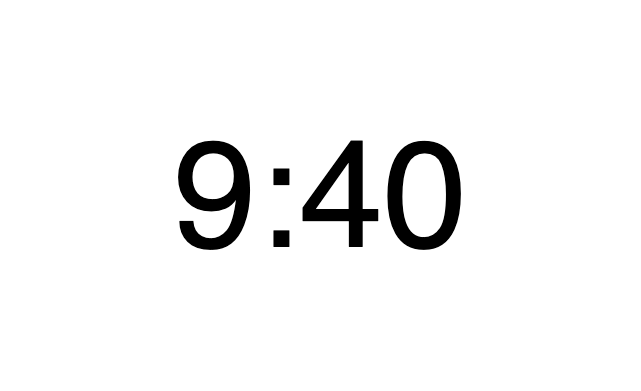
Before: vi_moedes_igen.drawio.png, a diagram exported from draw.io (PeterUlf/screensaver). Source tidied: cells renumbered, new cells last; positions are measured from the earlier drawing's top-left corner, leaving out a move shared by most shapes.
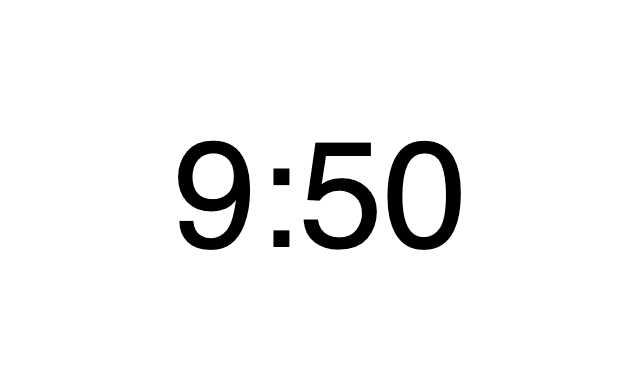
Later version of the same file.

What changed in the source:
```diff
@@ -2,7 +2,7 @@
   <root>
     <mxCell id="0" />
     <mxCell id="1" parent="0" />
-    <mxCell id="2" value="&lt;span style=&quot;font-size: 151px;&quot;&gt;9:40&lt;br&gt;&lt;/span&gt;" style="rounded=1;whiteSpace=wrap;html=1;strokeColor=#FFFFFF;" parent="1" vertex="1">
+    <mxCell id="2" value="&lt;span style=&quot;font-size: 151px;&quot;&gt;9:50&lt;br&gt;&lt;/span&gt;" style="rounded=1;whiteSpace=wrap;html=1;strokeColor=#FFFFFF;" parent="1" vertex="1">
       <mxGeometry width="640" height="390" as="geometry" />
     </mxCell>
   </root>
```
